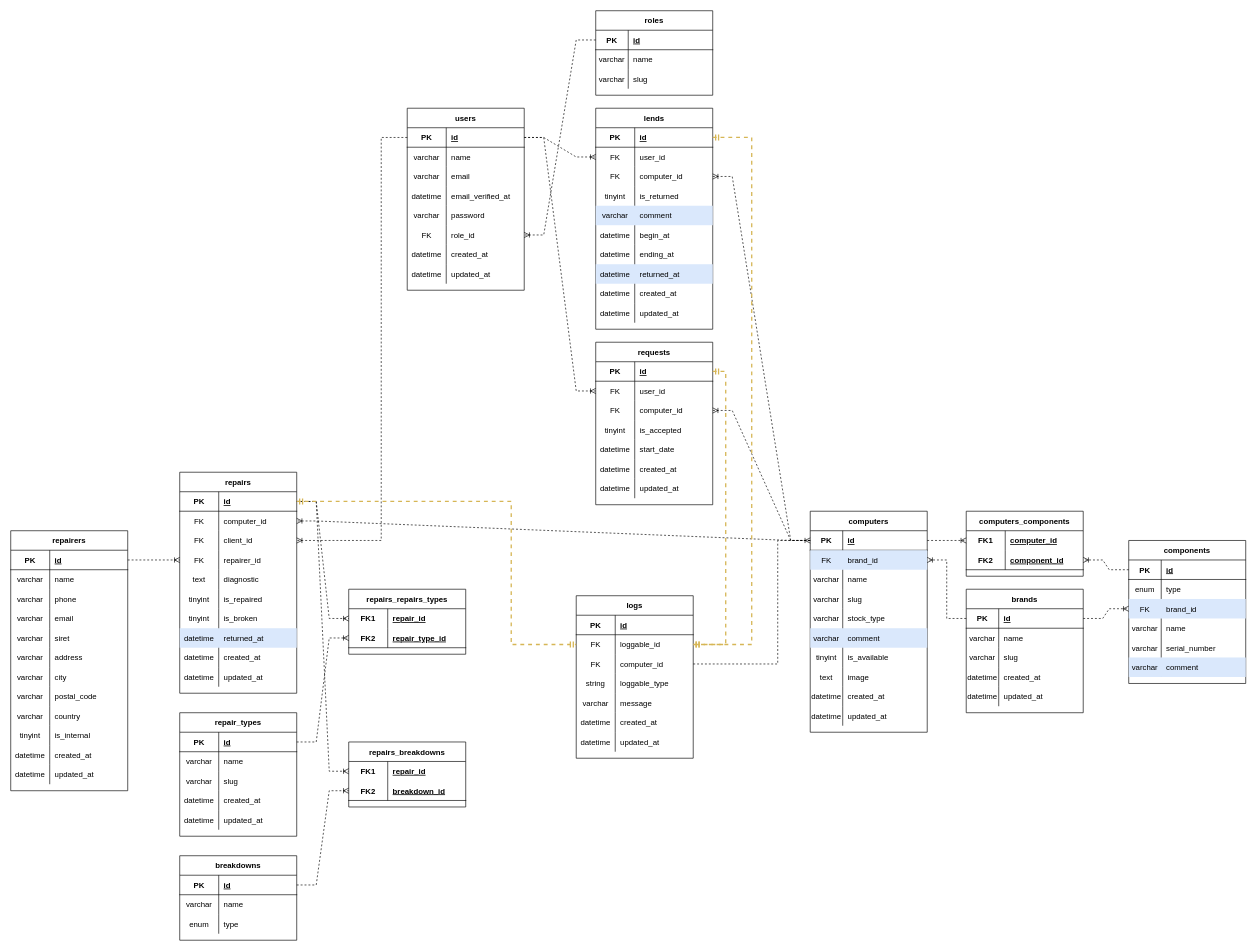
Above: MCD.drawio in AdrienMasanet/Exercice-Laravel-Masanet-ICMT (draw.io), before the change. Source tidied: cells renumbered, new cells numbered last; positions are measured from the earlier drawing's top-left corner, leaving out a move shared by most shapes. Both pictures are drawn from the tidied source at 65%, with x=0, y=0 at pixel (10, 10).
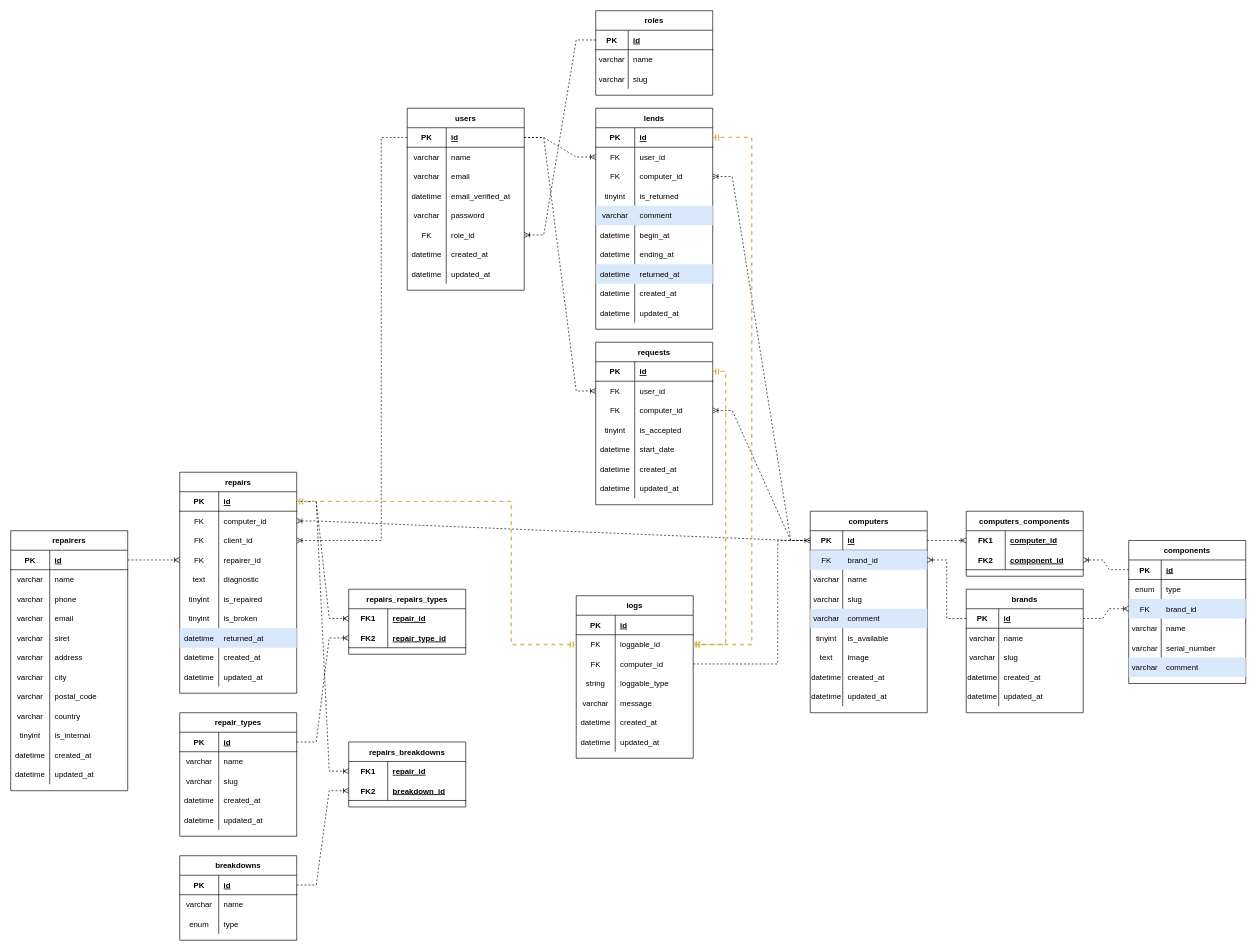
After the change.

Diff of the diagram source:
```diff
@@
     <mxCell id="38" value="computers" style="shape=table;startSize=30;childLayout=tableLayout;rowLines=0;fontStyle=1;align=center;" parent="1" vertex="1">
-      <mxGeometry x="1230" y="770" width="180" height="340" as="geometry" />
+      <mxGeometry x="1230" y="770" width="180" height="310" as="geometry" />
     </mxCell>
@@
-    <mxCell id="51" style="shape=partialRectangle;fillColor=none;top=0;left=0;bottom=0;right=0;" parent="38" vertex="1">
-      <mxGeometry y="150" width="180" height="30" as="geometry" />
-    </mxCell>
-    <mxCell id="52" value="varchar" style="shape=partialRectangle;fillColor=none;top=0;left=0;bottom=0;right=0;overflow=hidden;" parent="51" vertex="1">
-      <mxGeometry width="50" height="30" as="geometry" />
-    </mxCell>
-    <mxCell id="53" value="stock_type" style="shape=partialRectangle;fillColor=none;top=0;left=0;bottom=0;right=0;align=left;spacingLeft=6;overflow=hidden;" parent="51" vertex="1">
-      <mxGeometry x="50" width="130" height="30" as="geometry" />
-    </mxCell>
     <mxCell id="54" style="shape=partialRectangle;fillColor=#dae8fc;top=0;left=0;bottom=0;right=0;strokeColor=#6c8ebf;" parent="38" vertex="1">
-      <mxGeometry y="180" width="180" height="30" as="geometry" />
+      <mxGeometry y="150" width="180" height="30" as="geometry" />
     </mxCell>
@@
     <mxCell id="57" style="shape=partialRectangle;fillColor=none;top=0;left=0;bottom=0;right=0;" parent="38" vertex="1">
-      <mxGeometry y="210" width="180" height="30" as="geometry" />
+      <mxGeometry y="180" width="180" height="30" as="geometry" />
     </mxCell>
@@
     <mxCell id="60" style="shape=partialRectangle;top=0;left=0;bottom=0;right=0;fillColor=none;" parent="38" vertex="1">
-      <mxGeometry y="240" width="180" height="30" as="geometry" />
+      <mxGeometry y="210" width="180" height="30" as="geometry" />
     </mxCell>
@@
     <mxCell id="63" style="shape=partialRectangle;fillColor=none;top=0;left=0;bottom=0;right=0;" parent="38" vertex="1">
-      <mxGeometry y="270" width="180" height="30" as="geometry" />
+      <mxGeometry y="240" width="180" height="30" as="geometry" />
     </mxCell>
@@
     <mxCell id="66" style="shape=partialRectangle;fillColor=none;top=0;left=0;bottom=0;right=0;" parent="38" vertex="1">
-      <mxGeometry y="300" width="180" height="30" as="geometry" />
+      <mxGeometry y="270" width="180" height="30" as="geometry" />
     </mxCell>
```
